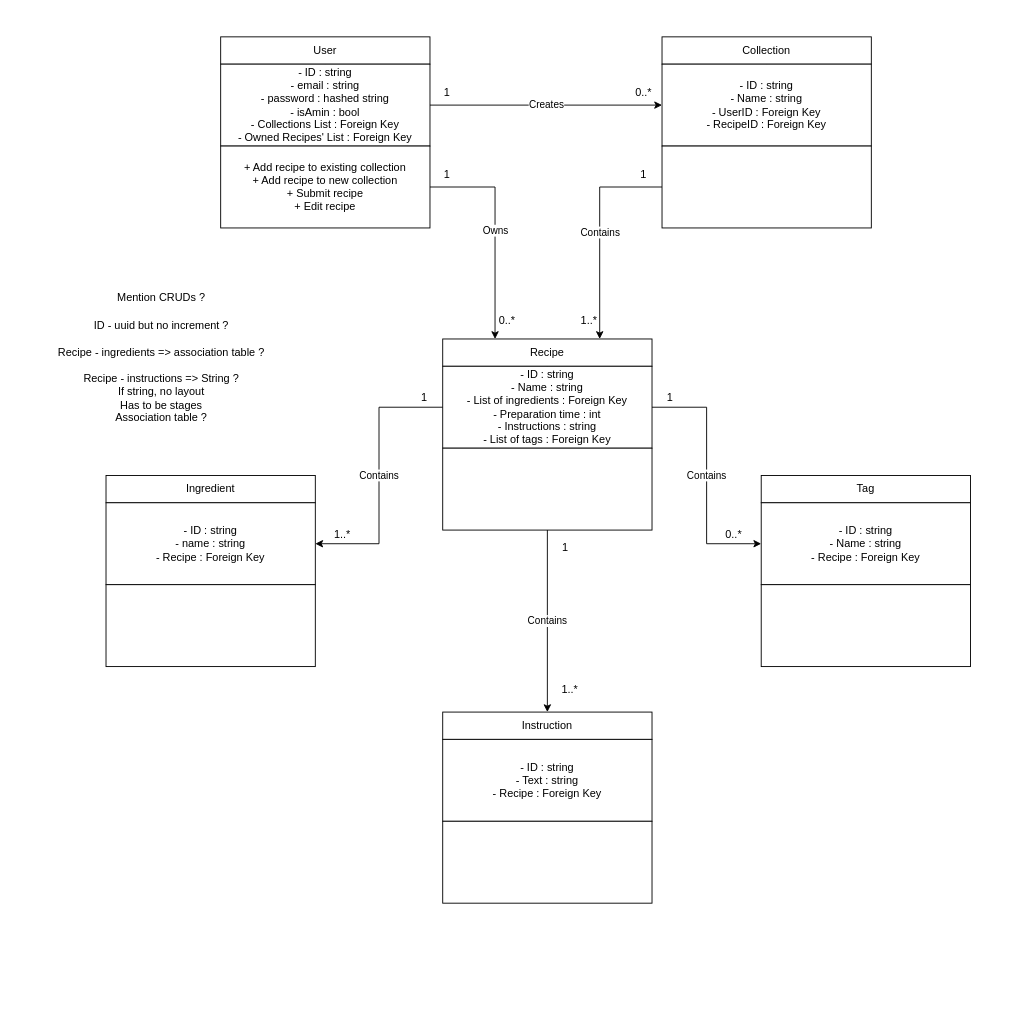
The draw.io diagram part3/5_components_-_classes_-_database_design/ERDiagram.drawio in jmitchell35/holbertonschool-portfolio_project, before the edit. Source tidied: cells renumbered, new cells numbered last; positions are measured from the earlier drawing's top-left corner, leaving out a move shared by most shapes. Both pictures are drawn from the tidied source at 91%, with x=0, y=0 at pixel (52, 36).
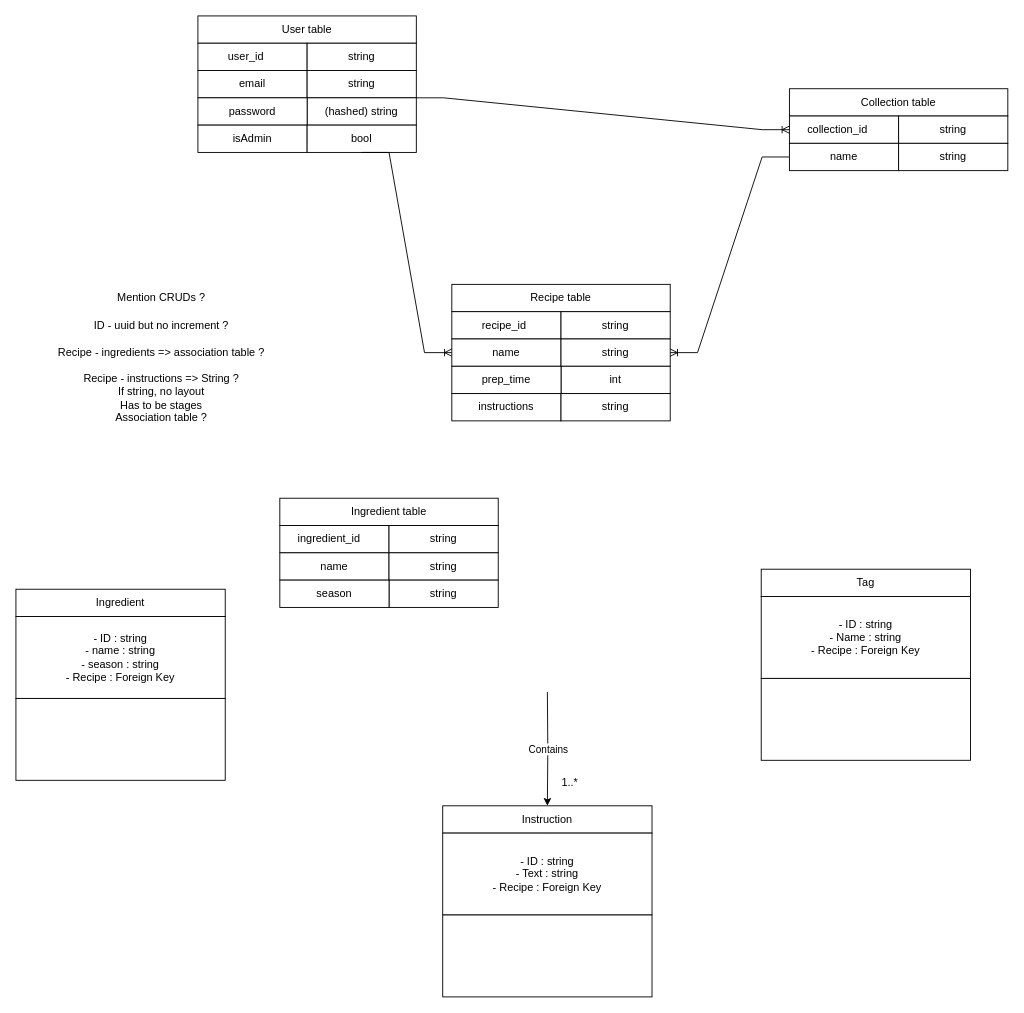
After the change.

The change refers to these unchanged cells:
```xml
<mxCell id="21" value="&lt;div&gt;- ID : string&lt;/div&gt;&lt;div&gt;- Name : string&lt;br&gt;- Recipe : Foreign Key&lt;/div&gt;" style="rounded=0;whiteSpace=wrap;html=1;" parent="18" vertex="1">
  <mxGeometry y="30" width="230" height="90" as="geometry" />
</mxCell>
<mxCell id="28" value="Instruction" style="rounded=0;whiteSpace=wrap;html=1;" parent="26" vertex="1">
  <mxGeometry width="230" height="30" as="geometry" />
</mxCell>
```

Change to the diagram source:
```diff
@@
-    <mxCell id="2" style="group;" parent="1" vertex="1">
-      <mxGeometry x="429" y="332" width="230" height="210" as="geometry" />
-    </mxCell>
-    <mxCell id="3" style="edgeStyle=orthogonalEdgeStyle;rounded=0;jettySize=auto;html=1;" parent="2" edge="1" source="4">
-      <mxGeometry relative="1" as="geometry">
-        <mxPoint x="115" y="120" as="targetPoint" />
-      </mxGeometry>
-    </mxCell>
-    <mxCell id="4" value="Recipe" style="rounded=0;whiteSpace=wrap;html=1;" parent="2" vertex="1">
-      <mxGeometry width="230" height="30" as="geometry" />
-    </mxCell>
-    <mxCell id="5" value="&lt;div&gt;- ID : string&lt;/div&gt;&lt;div&gt;- Name : string&lt;/div&gt;&lt;div&gt;- List of ingredients : Foreign Key&lt;/div&gt;&lt;div&gt;- Preparation time : int&lt;/div&gt;&lt;div&gt;- Instructions : string&lt;/div&gt;&lt;div&gt;- List of tags : Foreign Key&lt;/div&gt;" style="rounded=0;whiteSpace=wrap;html=1;" parent="2" vertex="1">
-      <mxGeometry y="30" width="230" height="90" as="geometry" />
-    </mxCell>
-    <mxCell id="6" style="rounded=0;whiteSpace=wrap;html=1;" parent="2" vertex="1">
-      <mxGeometry y="120" width="230" height="90" as="geometry" />
-    </mxCell>
     <mxCell id="7" style="group;" parent="1" vertex="1">
-      <mxGeometry x="59" y="482" width="230" height="210" as="geometry" />
+      <mxGeometry x="-40" y="607" width="230" height="210" as="geometry" />
     </mxCell>
@@
-    <mxCell id="10" value="&lt;div&gt;- ID : string&lt;/div&gt;&lt;div&gt;-&amp;nbsp;name :&amp;nbsp;string&lt;/div&gt;&lt;div&gt;- Recipe : Foreign Key&lt;/div&gt;" style="rounded=0;whiteSpace=wrap;html=1;" parent="7" vertex="1">
+    <mxCell id="10" value="&lt;div&gt;- ID : string&lt;/div&gt;&lt;div&gt;-&amp;nbsp;name :&amp;nbsp;string&lt;/div&gt;&lt;div&gt;- season : string&lt;/div&gt;&lt;div&gt;- Recipe : Foreign Key&lt;/div&gt;" style="rounded=0;whiteSpace=wrap;html=1;" parent="7" vertex="1">
       <mxGeometry y="30" width="230" height="90" as="geometry" />
     </mxCell>
@@
-    <mxCell id="14" value="Contains" style="edgeStyle=orthogonalEdgeStyle;rounded=0;jettySize=auto;html=1;exitX=0;exitY=0.5;exitDx=0;exitDy=0;entryX=1;entryY=0.5;entryDx=0;entryDy=0;endArrow=classic;startFill=0;startArrow=none;endFill=1;" parent="1" edge="1" source="5" target="10">
-      <mxGeometry relative="1" as="geometry" />
-    </mxCell>
@@
-    <mxCell id="16" value="1" style="text;html=1;align=center;verticalAlign=middle;whiteSpace=wrap;rounded=0;" parent="1" vertex="1">
-      <mxGeometry x="379" y="382" width="60" height="30" as="geometry" />
-    </mxCell>
-    <mxCell id="17" value="1..*" style="text;html=1;align=center;verticalAlign=middle;whiteSpace=wrap;rounded=0;" parent="1" vertex="1">
-      <mxGeometry x="289" y="532" width="60" height="30" as="geometry" />
-    </mxCell>
     <mxCell id="18" style="group;" parent="1" vertex="1">
-      <mxGeometry x="779" y="482" width="230" height="210" as="geometry" />
+      <mxGeometry x="779" y="585" width="230" height="210" as="geometry" />
     </mxCell>
@@
-    <mxCell id="23" value="Contains" style="edgeStyle=orthogonalEdgeStyle;rounded=0;jettySize=auto;html=1;exitX=1;exitY=0.5;exitDx=0;exitDy=0;entryX=0;entryY=0.5;entryDx=0;entryDy=0;endArrow=classic;startFill=0;endFill=1;" parent="1" edge="1" source="5" target="21">
-      <mxGeometry relative="1" as="geometry" />
-    </mxCell>
-    <mxCell id="24" value="1" style="text;html=1;align=center;verticalAlign=middle;whiteSpace=wrap;rounded=0;" parent="1" vertex="1">
-      <mxGeometry x="649" y="382" width="60" height="30" as="geometry" />
-    </mxCell>
-    <mxCell id="25" value="0..*" style="text;html=1;align=center;verticalAlign=middle;whiteSpace=wrap;rounded=0;" parent="1" vertex="1">
-      <mxGeometry x="719" y="532" width="60" height="30" as="geometry" />
-    </mxCell>
     <mxCell id="26" style="group;" parent="1" vertex="1">
-      <mxGeometry x="429" y="742" width="230" height="210" as="geometry" />
+      <mxGeometry x="429" y="845" width="230" height="210" as="geometry" />
     </mxCell>
@@
-    <mxCell id="31" value="Contains" style="edgeStyle=orthogonalEdgeStyle;rounded=0;jettySize=auto;html=1;exitX=0.5;exitY=1;exitDx=0;exitDy=0;entryX=0.5;entryY=0;entryDx=0;entryDy=0;" parent="1" edge="1" source="6" target="28">
-      <mxGeometry relative="1" as="geometry" />
+    <mxCell id="31" value="Contains" style="edgeStyle=orthogonalEdgeStyle;rounded=0;jettySize=auto;html=1;exitX=0.5;exitY=1;exitDx=0;exitDy=0;entryX=0.5;entryY=0;entryDx=0;entryDy=0;" parent="1" edge="1" target="28">
+      <mxGeometry relative="1" as="geometry">
+        <mxPoint x="544" y="720" as="sourcePoint" />
+      </mxGeometry>
     </mxCell>
-    <mxCell id="32" value="1" style="text;html=1;align=center;verticalAlign=middle;whiteSpace=wrap;rounded=0;" parent="1" vertex="1">
-      <mxGeometry x="534" y="547" width="60" height="30" as="geometry" />
-    </mxCell>
     <mxCell id="33" value="1..*" style="text;html=1;align=center;verticalAlign=middle;whiteSpace=wrap;rounded=0;" parent="1" vertex="1">
-      <mxGeometry x="539" y="702" width="60" height="30" as="geometry" />
+      <mxGeometry x="539" y="805" width="60" height="30" as="geometry" />
     </mxCell>
-    <mxCell id="34" style="group;" parent="1" vertex="1">
-      <mxGeometry x="185" width="230" height="210" as="geometry" />
-    </mxCell>
-    <mxCell id="35" style="edgeStyle=orthogonalEdgeStyle;rounded=0;jettySize=auto;html=1;" parent="34" edge="1" source="36">
-      <mxGeometry relative="1" as="geometry">
-        <mxPoint x="115" y="120" as="targetPoint" />
-      </mxGeometry>
-    </mxCell>
-    <mxCell id="36" value="User" style="rounded=0;whiteSpace=wrap;html=1;" parent="34" vertex="1">
-      <mxGeometry width="230" height="30" as="geometry" />
-    </mxCell>
-    <mxCell id="37" value="&lt;div&gt;- ID : string&lt;/div&gt;&lt;div&gt;- email : string&lt;/div&gt;&lt;div&gt;- password : hashed string&lt;/div&gt;&lt;div&gt;&lt;div&gt;- isAmin : bool&lt;/div&gt;&lt;div&gt;- Collections List : Foreign Key&lt;/div&gt;&lt;div&gt;- Owned Recipes' List : Foreign Key&lt;/div&gt;&lt;/div&gt;" style="rounded=0;whiteSpace=wrap;html=1;" parent="34" vertex="1">
-      <mxGeometry y="30" width="230" height="90" as="geometry" />
-    </mxCell>
-    <mxCell id="38" value="&lt;div&gt;+ Add recipe to existing collection&lt;/div&gt;&lt;div&gt;+ Add recipe to new collection&lt;/div&gt;&lt;div&gt;+ Submit recipe&lt;/div&gt;&lt;div&gt;+ Edit recipe&lt;/div&gt;" style="rounded=0;whiteSpace=wrap;html=1;" parent="34" vertex="1">
-      <mxGeometry y="120" width="230" height="90" as="geometry" />
-    </mxCell>
-    <mxCell id="39" value="Owns" style="edgeStyle=orthogonalEdgeStyle;rounded=0;jettySize=auto;html=1;exitX=1;exitY=0.5;exitDx=0;exitDy=0;entryX=0.25;entryY=0;entryDx=0;entryDy=0;" parent="1" edge="1" source="38" target="4">
-      <mxGeometry relative="1" as="geometry" />
-    </mxCell>
-    <mxCell id="40" value="1" style="text;html=1;align=center;verticalAlign=middle;whiteSpace=wrap;rounded=0;" parent="1" vertex="1">
-      <mxGeometry x="404" y="137" width="60" height="30" as="geometry" />
-    </mxCell>
-    <mxCell id="41" value="0..*" style="text;html=1;align=center;verticalAlign=middle;whiteSpace=wrap;rounded=0;" parent="1" vertex="1">
-      <mxGeometry x="470" y="297" width="60" height="30" as="geometry" />
-    </mxCell>
-    <mxCell id="42" style="group;" parent="1" vertex="1">
-      <mxGeometry x="670" width="230" height="210" as="geometry" />
-    </mxCell>
-    <mxCell id="43" style="edgeStyle=orthogonalEdgeStyle;rounded=0;jettySize=auto;html=1;" parent="42" edge="1" source="44">
-      <mxGeometry relative="1" as="geometry">
-        <mxPoint x="115" y="120" as="targetPoint" />
-      </mxGeometry>
-    </mxCell>
-    <mxCell id="44" value="Collection" style="rounded=0;whiteSpace=wrap;html=1;" parent="42" vertex="1">
-      <mxGeometry width="230" height="30" as="geometry" />
-    </mxCell>
-    <mxCell id="45" value="&lt;div&gt;- ID : string&lt;/div&gt;&lt;div&gt;- Name : string&lt;/div&gt;&lt;div&gt;- UserID : Foreign Key&lt;/div&gt;&lt;div&gt;- RecipeID : Foreign Key&lt;/div&gt;" style="rounded=0;whiteSpace=wrap;html=1;" parent="42" vertex="1">
-      <mxGeometry y="30" width="230" height="90" as="geometry" />
-    </mxCell>
-    <mxCell id="46" style="rounded=0;whiteSpace=wrap;html=1;" parent="42" vertex="1">
-      <mxGeometry y="120" width="230" height="90" as="geometry" />
-    </mxCell>
-    <mxCell id="47" value="Contains" style="edgeStyle=orthogonalEdgeStyle;rounded=0;jettySize=auto;html=1;exitX=0;exitY=0.5;exitDx=0;exitDy=0;entryX=0.75;entryY=0;entryDx=0;entryDy=0;" parent="1" edge="1" source="46" target="4">
-      <mxGeometry relative="1" as="geometry" />
-    </mxCell>
-    <mxCell id="48" value="Creates" style="edgeStyle=orthogonalEdgeStyle;rounded=0;jettySize=auto;html=1;exitX=1;exitY=0.5;exitDx=0;exitDy=0;entryX=0;entryY=0.5;entryDx=0;entryDy=0;" parent="1" edge="1" source="37" target="45">
-      <mxGeometry relative="1" as="geometry" />
-    </mxCell>
-    <mxCell id="49" value="1" style="text;html=1;align=center;verticalAlign=middle;whiteSpace=wrap;rounded=0;" parent="1" vertex="1">
-      <mxGeometry x="404" y="47" width="60" height="30" as="geometry" />
-    </mxCell>
-    <mxCell id="50" value="0..*" style="text;html=1;align=center;verticalAlign=middle;whiteSpace=wrap;rounded=0;" parent="1" vertex="1">
-      <mxGeometry x="620" y="47" width="60" height="30" as="geometry" />
-    </mxCell>
-    <mxCell id="51" value="1" style="text;html=1;align=center;verticalAlign=middle;whiteSpace=wrap;rounded=0;" parent="1" vertex="1">
-      <mxGeometry x="620" y="137" width="60" height="30" as="geometry" />
-    </mxCell>
-    <mxCell id="52" value="1..*" style="text;html=1;align=center;verticalAlign=middle;whiteSpace=wrap;rounded=0;" parent="1" vertex="1">
-      <mxGeometry x="560" y="297" width="60" height="30" as="geometry" />
-    </mxCell>
@@
+    <mxCell id="54" style="group;" parent="1" vertex="1">
+      <mxGeometry x="160" y="-23" width="240" height="210" as="geometry" />
+    </mxCell>
+    <mxCell id="55" value="User table" style="rounded=0;whiteSpace=wrap;html=1;" parent="54" vertex="1">
+      <mxGeometry width="240" height="30" as="geometry" />
+    </mxCell>
+    <mxCell id="56" value="user_id&lt;span style=&quot;white-space: pre;&quot;&gt;&#9;&lt;/span&gt;" style="rounded=0;whiteSpace=wrap;html=1;" parent="54" vertex="1">
+      <mxGeometry y="30" width="120" height="30" as="geometry" />
+    </mxCell>
+    <mxCell id="57" value="string" style="rounded=0;whiteSpace=wrap;html=1;" parent="54" vertex="1">
+      <mxGeometry x="120" y="30" width="120" height="30" as="geometry" />
+    </mxCell>
+    <mxCell id="58" value="email" style="rounded=0;whiteSpace=wrap;html=1;" parent="54" vertex="1">
+      <mxGeometry y="60" width="120" height="30" as="geometry" />
+    </mxCell>
+    <mxCell id="59" value="string" style="rounded=0;whiteSpace=wrap;html=1;" parent="54" vertex="1">
+      <mxGeometry x="120" y="60" width="120" height="30" as="geometry" />
+    </mxCell>
+    <mxCell id="60" value="(hashed) string" style="rounded=0;whiteSpace=wrap;html=1;" parent="54" vertex="1">
+      <mxGeometry x="120" y="90" width="120" height="30" as="geometry" />
+    </mxCell>
+    <mxCell id="61" value="password" style="rounded=0;whiteSpace=wrap;html=1;" parent="54" vertex="1">
+      <mxGeometry y="90" width="120" height="30" as="geometry" />
+    </mxCell>
+    <mxCell id="62" value="isAdmin" style="rounded=0;whiteSpace=wrap;html=1;" parent="54" vertex="1">
+      <mxGeometry y="120" width="120" height="30" as="geometry" />
+    </mxCell>
+    <mxCell id="63" value="bool" style="rounded=0;whiteSpace=wrap;html=1;" parent="54" vertex="1">
+      <mxGeometry x="120" y="120" width="120" height="30" as="geometry" />
+    </mxCell>
+    <mxCell id="64" style="group;" parent="1" vertex="1">
+      <mxGeometry x="810" y="57" width="240" height="377" as="geometry" />
+    </mxCell>
+    <mxCell id="65" value="Collection table" style="rounded=0;whiteSpace=wrap;html=1;" parent="64" vertex="1">
+      <mxGeometry width="240" height="30" as="geometry" />
+    </mxCell>
+    <mxCell id="66" value="collection_id&lt;span style=&quot;white-space: pre;&quot;&gt;&#9;&lt;/span&gt;" style="rounded=0;whiteSpace=wrap;html=1;" parent="64" vertex="1">
+      <mxGeometry y="30" width="120" height="30" as="geometry" />
+    </mxCell>
+    <mxCell id="67" value="string" style="rounded=0;whiteSpace=wrap;html=1;" parent="64" vertex="1">
+      <mxGeometry x="120" y="30" width="120" height="30" as="geometry" />
+    </mxCell>
+    <mxCell id="68" value="name" style="rounded=0;whiteSpace=wrap;html=1;" parent="64" vertex="1">
+      <mxGeometry y="60" width="120" height="30" as="geometry" />
+    </mxCell>
+    <mxCell id="69" value="string" style="rounded=0;whiteSpace=wrap;html=1;" parent="64" vertex="1">
+      <mxGeometry x="120" y="60" width="120" height="30" as="geometry" />
+    </mxCell>
+    <mxCell id="70" style="edgeStyle=entityRelationEdgeStyle;fontSize=12;html=1;endArrow=ERoneToMany;rounded=0;exitX=1;exitY=1;exitDx=0;exitDy=0;entryX=0;entryY=0.5;entryDx=0;entryDy=0;" parent="1" edge="1" source="59" target="66">
+      <mxGeometry relative="1" as="geometry" />
+    </mxCell>
+    <mxCell id="71" style="group;" parent="1" vertex="1">
+      <mxGeometry x="439" y="272" width="240" height="210" as="geometry" />
+    </mxCell>
+    <mxCell id="72" value="Recipe table" style="rounded=0;whiteSpace=wrap;html=1;" parent="71" vertex="1">
+      <mxGeometry width="240" height="30" as="geometry" />
+    </mxCell>
+    <mxCell id="73" value="recipe_id&lt;span style=&quot;white-space: pre;&quot;&gt;&#9;&lt;/span&gt;" style="rounded=0;whiteSpace=wrap;html=1;" parent="71" vertex="1">
+      <mxGeometry y="30" width="120" height="30" as="geometry" />
+    </mxCell>
+    <mxCell id="74" value="string" style="rounded=0;whiteSpace=wrap;html=1;" parent="71" vertex="1">
+      <mxGeometry x="120" y="30" width="120" height="30" as="geometry" />
+    </mxCell>
+    <mxCell id="75" value="name" style="rounded=0;whiteSpace=wrap;html=1;" parent="71" vertex="1">
+      <mxGeometry y="60" width="120" height="30" as="geometry" />
+    </mxCell>
+    <mxCell id="76" value="string" style="rounded=0;whiteSpace=wrap;html=1;" parent="71" vertex="1">
+      <mxGeometry x="120" y="60" width="120" height="30" as="geometry" />
+    </mxCell>
+    <mxCell id="77" value="int" style="rounded=0;whiteSpace=wrap;html=1;" parent="71" vertex="1">
+      <mxGeometry x="120" y="90" width="120" height="30" as="geometry" />
+    </mxCell>
+    <mxCell id="78" value="prep_time" style="rounded=0;whiteSpace=wrap;html=1;" parent="71" vertex="1">
+      <mxGeometry y="90" width="120" height="30" as="geometry" />
+    </mxCell>
+    <mxCell id="79" value="instructions" style="rounded=0;whiteSpace=wrap;html=1;" parent="71" vertex="1">
+      <mxGeometry y="120" width="120" height="30" as="geometry" />
+    </mxCell>
+    <mxCell id="80" value="string" style="rounded=0;whiteSpace=wrap;html=1;" parent="71" vertex="1">
+      <mxGeometry x="120" y="120" width="120" height="30" as="geometry" />
+    </mxCell>
+    <mxCell id="81" style="edgeStyle=entityRelationEdgeStyle;fontSize=12;html=1;endArrow=ERoneToMany;rounded=0;exitX=0;exitY=0.5;exitDx=0;exitDy=0;entryX=1;entryY=0.5;entryDx=0;entryDy=0;" parent="1" edge="1" source="68" target="76">
+      <mxGeometry relative="1" as="geometry" />
+    </mxCell>
+    <mxCell id="82" style="edgeStyle=entityRelationEdgeStyle;fontSize=12;html=1;endArrow=ERoneToMany;rounded=0;exitX=0.5;exitY=1;exitDx=0;exitDy=0;entryX=0;entryY=0.5;entryDx=0;entryDy=0;" parent="1" edge="1" source="63" target="75">
+      <mxGeometry relative="1" as="geometry" />
+    </mxCell>
+    <mxCell id="83" style="group;" parent="1" vertex="1">
+      <mxGeometry x="250" y="507" width="240" height="210" as="geometry" />
+    </mxCell>
+    <mxCell id="84" value="Ingredient table" style="rounded=0;whiteSpace=wrap;html=1;" parent="83" vertex="1">
+      <mxGeometry width="240" height="30" as="geometry" />
+    </mxCell>
+    <mxCell id="85" value="ingredient_id&lt;span style=&quot;white-space: pre;&quot;&gt;&#9;&lt;/span&gt;" style="rounded=0;whiteSpace=wrap;html=1;" parent="83" vertex="1">
+      <mxGeometry y="30" width="120" height="30" as="geometry" />
+    </mxCell>
+    <mxCell id="86" value="string" style="rounded=0;whiteSpace=wrap;html=1;" parent="83" vertex="1">
+      <mxGeometry x="120" y="30" width="120" height="30" as="geometry" />
+    </mxCell>
+    <mxCell id="87" value="name" style="rounded=0;whiteSpace=wrap;html=1;" parent="83" vertex="1">
+      <mxGeometry y="60" width="120" height="30" as="geometry" />
+    </mxCell>
+    <mxCell id="88" value="string" style="rounded=0;whiteSpace=wrap;html=1;" parent="83" vertex="1">
+      <mxGeometry x="120" y="60" width="120" height="30" as="geometry" />
+    </mxCell>
+    <mxCell id="89" value="string" style="rounded=0;whiteSpace=wrap;html=1;" parent="83" vertex="1">
+      <mxGeometry x="120" y="90" width="120" height="30" as="geometry" />
+    </mxCell>
+    <mxCell id="90" value="season" style="rounded=0;whiteSpace=wrap;html=1;" parent="83" vertex="1">
+      <mxGeometry y="90" width="120" height="30" as="geometry" />
+    </mxCell>
```
